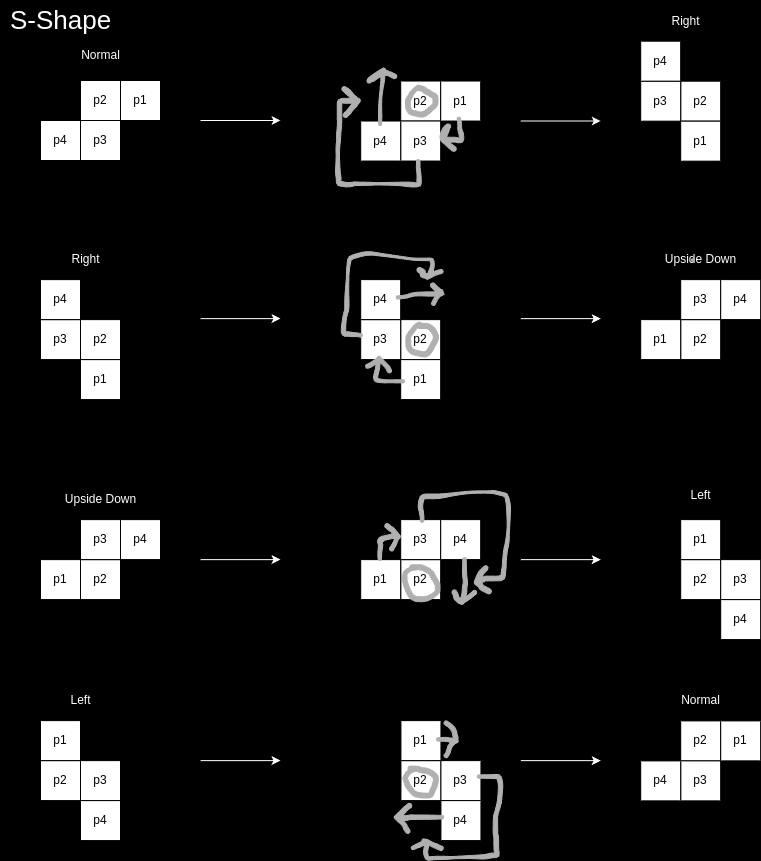
Before: tetris_game/notes/s-shape_rotation.drawio.png, a diagram exported from draw.io (LR-CP/tetris_mini). Source tidied: cells renumbered, new cells last; positions are measured from the earlier drawing's top-left corner, leaving out a move shared by most shapes.
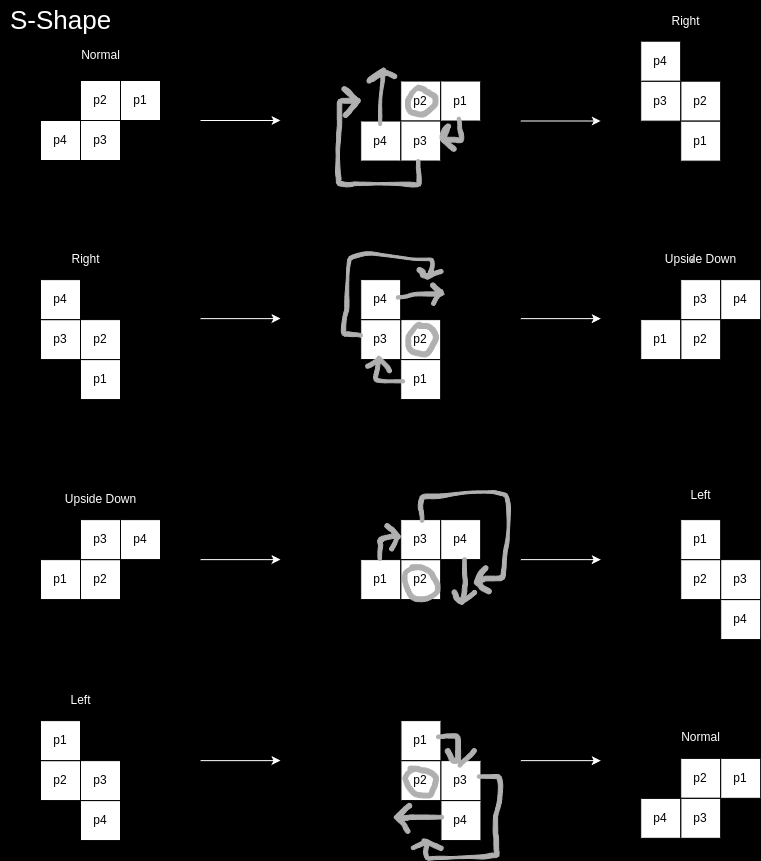
The same diagram one commit later.

Diff of the diagram source:
```diff
@@ -269,26 +269,20 @@
     <mxCell id="82" style="shape=(stored shape, 768 characters);lineShape=1;strokeColor=#B0B0B0;" parent="1" vertex="1">
       <mxGeometry x="421.4" y="838.3" width="21.3" height="11.7" as="geometry" />
     </mxCell>
-    <mxCell id="83" style="shape=(stored shape, 880 characters);lineShape=1;strokeColor=#B0B0B0;" parent="1" vertex="1">
-      <mxGeometry x="436.1" y="720.4" width="21.4" height="21.5" as="geometry" />
-    </mxCell>
-    <mxCell id="84" style="shape=(stored shape, 752 characters);lineShape=1;strokeColor=#B0B0B0;" parent="1" vertex="1">
-      <mxGeometry x="443.5" y="738.8" width="14.3" height="18.4" as="geometry" />
-    </mxCell>
     <mxCell id="85" value="p2" style="whiteSpace=wrap;html=1;" parent="1" vertex="1">
-      <mxGeometry x="680.2" y="720.4" width="40" height="40" as="geometry" />
+      <mxGeometry x="680.2" y="757.8" width="40" height="40" as="geometry" />
     </mxCell>
     <mxCell id="86" value="p3" style="whiteSpace=wrap;html=1;" parent="1" vertex="1">
-      <mxGeometry x="680.2" y="760.4" width="40" height="40" as="geometry" />
+      <mxGeometry x="680.2" y="797.8" width="40" height="40" as="geometry" />
     </mxCell>
     <mxCell id="87" value="p1" style="whiteSpace=wrap;html=1;" parent="1" vertex="1">
-      <mxGeometry x="720.2" y="720.4" width="40" height="40" as="geometry" />
+      <mxGeometry x="720.2" y="757.8" width="40" height="40" as="geometry" />
     </mxCell>
     <mxCell id="88" value="p4" style="whiteSpace=wrap;html=1;" parent="1" vertex="1">
-      <mxGeometry x="640.2" y="760.4" width="40" height="40" as="geometry" />
+      <mxGeometry x="640.2" y="797.8" width="40" height="40" as="geometry" />
     </mxCell>
     <mxCell id="89" value="&lt;font color=&quot;#ffffff&quot;&gt;Normal&lt;/font&gt;" style="text;html=1;align=center;verticalAlign=middle;strokeColor=none;fillColor=none;" parent="1" vertex="1">
-      <mxGeometry x="670.2" y="685" width="60" height="30" as="geometry" />
+      <mxGeometry x="670.2" y="722.4" width="60" height="30" as="geometry" />
     </mxCell>
     <mxCell id="90" style="shape=(stored shape, 1356 characters);lineShape=1;strokeColor=#B0B0B0;" parent="1" vertex="1">
       <mxGeometry x="405.3" y="321.5" width="32.6" height="35" as="geometry" />
@@ -296,5 +290,11 @@
     <mxCell id="91" style="shape=(stored shape, 1360 characters);lineShape=1;strokeColor=#B0B0B0;" parent="1" vertex="1">
       <mxGeometry x="402.2" y="765.5" width="35.6" height="32" as="geometry" />
     </mxCell>
+    <mxCell id="92" style="shape=(stored shape, 1068 characters);lineShape=1;strokeColor=#B0B0B0;" parent="1" vertex="1">
+      <mxGeometry x="436" y="733.2" width="24.2" height="29.8" as="geometry" />
+    </mxCell>
+    <mxCell id="93" style="shape=(stored shape, 760 characters);lineShape=1;strokeColor=#B0B0B0;" parent="1" vertex="1">
+      <mxGeometry x="457.6" y="748" width="18.4" height="18.6" as="geometry" />
+    </mxCell>
   </root>
 </mxGraphModel>
```
